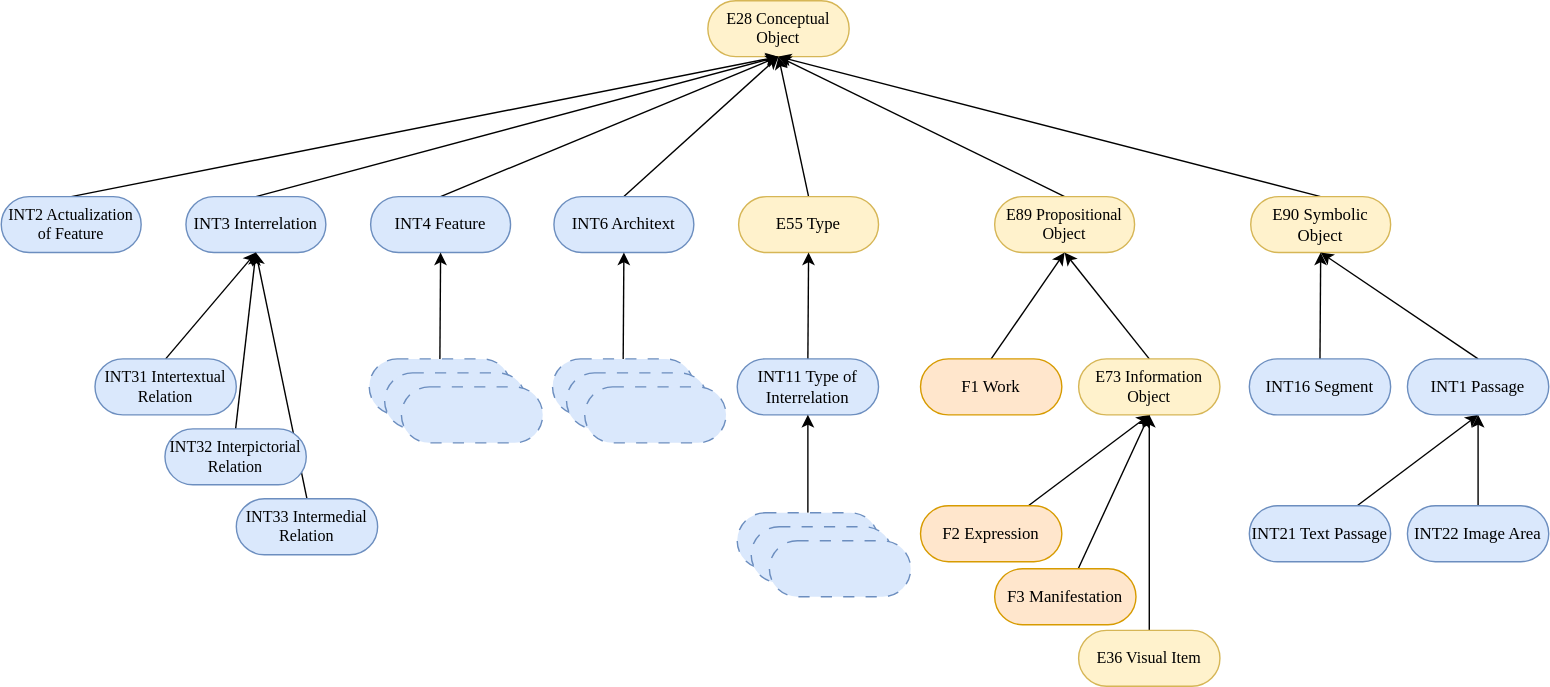
Earlier version of the draw.io export img/INTRO_class_hierarchy.svg (BOberreither/INTRO). Source tidied: cells renumbered, new cells last; positions are measured from the earlier drawing's top-left corner, leaving out a move shared by most shapes.
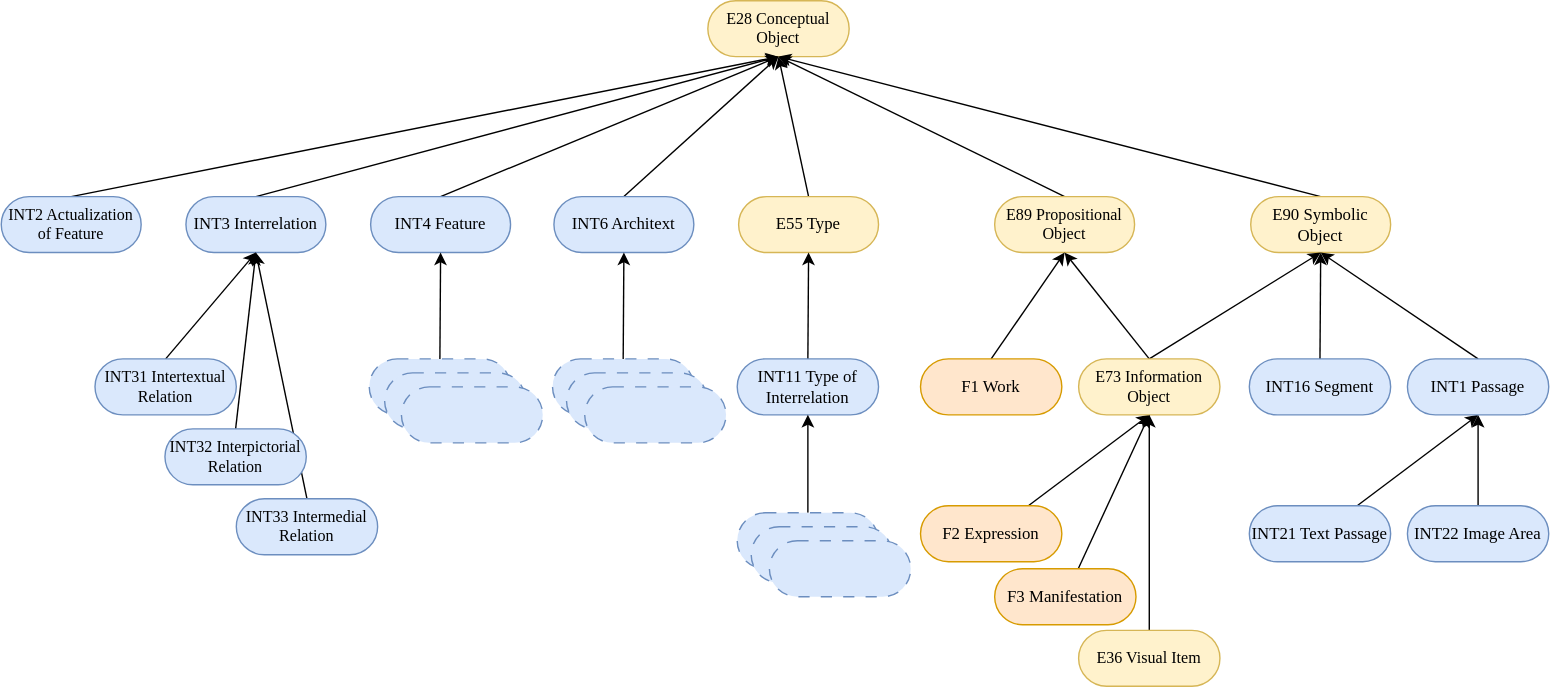
Above is the later version.

Change to the diagram source:
```diff
@@ -119,6 +119,9 @@
     <mxCell id="40" value="F1 Work" style="rounded=1;html=1;perimeterSpacing=0;arcSize=50;whiteSpace=wrap;fontFamily=Verdana;spacingTop=0;spacingBottom=0;spacing=2;fillColor=#ffe6cc;strokeColor=#d79b00;" parent="1" vertex="1">
       <mxGeometry x="657" y="256" width="101" height="40" as="geometry" />
     </mxCell>
+    <mxCell id="55" style="rounded=0;jettySize=auto;html=1;exitX=0.5;exitY=0;exitDx=0;exitDy=0;entryX=0.5;entryY=1;entryDx=0;entryDy=0;" parent="1" edge="1" source="41" target="8">
+      <mxGeometry relative="1" as="geometry" />
+    </mxCell>
     <mxCell id="41" value="E73 Information Object" style="rounded=1;html=1;perimeterSpacing=0;arcSize=50;whiteSpace=wrap;fontFamily=Verdana;spacingTop=0;spacingBottom=0;spacing=2;fillColor=#fff2cc;strokeColor=#d6b656;fontSize=11.5;" parent="1" vertex="1">
       <mxGeometry x="770" y="256" width="101" height="40" as="geometry" />
     </mxCell>
```
